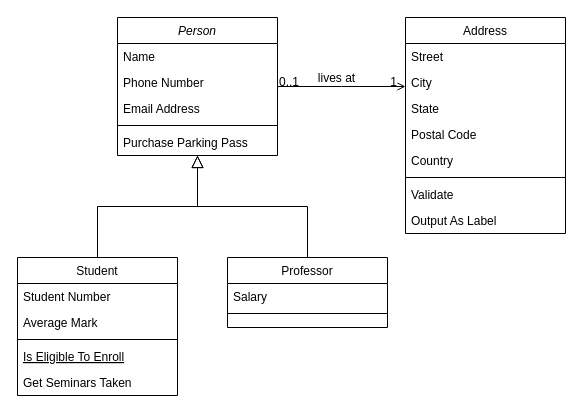
Above: Diagrama sem nome.drawio in Mathewwsouz/dev (draw.io), before the change. Source tidied: cells renumbered, new cells numbered last; positions are measured from the earlier drawing's top-left corner, leaving out a move shared by most shapes. Both pictures are drawn from the tidied source at 100%, with x=0, y=0 at pixel (17, 17).
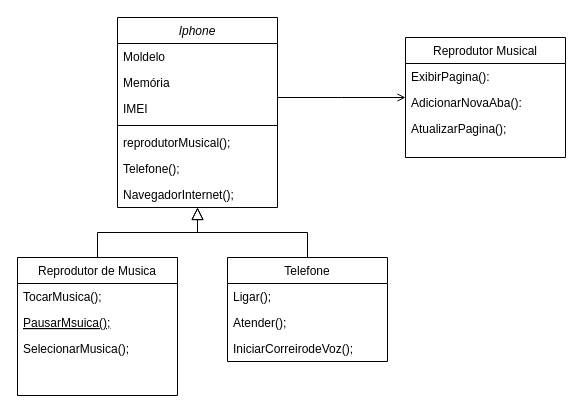
The same page after the edit.

Unchanged cells that the change refers to:
```xml
<mxCell id="28" style="endArrow=open;shadow=0;strokeWidth=1;rounded=0;endFill=1;edgeStyle=elbowEdgeStyle;elbow=vertical;" parent="1" edge="1" source="2" target="19">
  <mxGeometry x="0.5" y="41" relative="1" as="geometry">
    <mxPoint x="-40" y="32" as="offset" />
  </mxGeometry>
</mxCell>
```

The edit, as a diff of the source:
```diff
@@
-    <mxCell id="2" value="Person" style="swimlane;fontStyle=2;align=center;verticalAlign=top;horizontal=1;startSize=26;rounded=0;shadow=0;strokeWidth=1;" parent="1" vertex="1">
-      <mxGeometry x="100" width="160" height="138" as="geometry" />
+    <mxCell id="2" value="Iphone" style="swimlane;fontStyle=2;align=center;verticalAlign=top;horizontal=1;startSize=26;rounded=0;shadow=0;strokeWidth=1;" parent="1" vertex="1">
+      <mxGeometry x="100" width="160" height="190" as="geometry" />
     </mxCell>
-    <mxCell id="3" value="Name" style="text;align=left;verticalAlign=top;spacingLeft=4;spacingRight=4;overflow=hidden;" parent="2" vertex="1">
+    <mxCell id="3" value="Moldelo" style="text;align=left;verticalAlign=top;spacingLeft=4;spacingRight=4;overflow=hidden;" parent="2" vertex="1">
       <mxGeometry y="26" width="160" height="26" as="geometry" />
     </mxCell>
-    <mxCell id="4" value="Phone Number" style="text;align=left;verticalAlign=top;spacingLeft=4;spacingRight=4;overflow=hidden;rounded=0;shadow=0;html=0;" parent="2" vertex="1">
+    <mxCell id="4" value="Memória" style="text;align=left;verticalAlign=top;spacingLeft=4;spacingRight=4;overflow=hidden;rounded=0;shadow=0;html=0;" parent="2" vertex="1">
       <mxGeometry y="52" width="160" height="26" as="geometry" />
     </mxCell>
-    <mxCell id="5" value="Email Address" style="text;align=left;verticalAlign=top;spacingLeft=4;spacingRight=4;overflow=hidden;rounded=0;shadow=0;html=0;" parent="2" vertex="1">
+    <mxCell id="5" value="IMEI" style="text;align=left;verticalAlign=top;spacingLeft=4;spacingRight=4;overflow=hidden;rounded=0;shadow=0;html=0;" parent="2" vertex="1">
       <mxGeometry y="78" width="160" height="26" as="geometry" />
     </mxCell>
@@
-    <mxCell id="7" value="Purchase Parking Pass" style="text;align=left;verticalAlign=top;spacingLeft=4;spacingRight=4;overflow=hidden;" parent="2" vertex="1">
+    <mxCell id="7" value="reprodutorMusical();&#10;" style="text;align=left;verticalAlign=top;spacingLeft=4;spacingRight=4;overflow=hidden;" parent="2" vertex="1">
       <mxGeometry y="112" width="160" height="26" as="geometry" />
     </mxCell>
+    <mxCell id="32" value="Telefone();&#10;" style="text;align=left;verticalAlign=top;spacingLeft=4;spacingRight=4;overflow=hidden;" parent="2" vertex="1">
+      <mxGeometry y="138" width="160" height="26" as="geometry" />
+    </mxCell>
+    <mxCell id="33" value="NavegadorInternet();&#10;" style="text;align=left;verticalAlign=top;spacingLeft=4;spacingRight=4;overflow=hidden;" parent="2" vertex="1">
+      <mxGeometry y="164" width="160" height="26" as="geometry" />
+    </mxCell>
-    <mxCell id="8" value="Student" style="swimlane;fontStyle=0;align=center;verticalAlign=top;horizontal=1;startSize=26;rounded=0;shadow=0;strokeWidth=1;" parent="1" vertex="1">
+    <mxCell id="8" value="Reprodutor de Musica" style="swimlane;fontStyle=0;align=center;verticalAlign=top;horizontal=1;startSize=26;rounded=0;shadow=0;strokeWidth=1;" parent="1" vertex="1">
       <mxGeometry y="240" width="160" height="138" as="geometry" />
     </mxCell>
-    <mxCell id="9" value="Student Number" style="text;align=left;verticalAlign=top;spacingLeft=4;spacingRight=4;overflow=hidden;" parent="8" vertex="1">
+    <mxCell id="9" value="TocarMusica();" style="text;align=left;verticalAlign=top;spacingLeft=4;spacingRight=4;overflow=hidden;" parent="8" vertex="1">
       <mxGeometry y="26" width="160" height="26" as="geometry" />
     </mxCell>
-    <mxCell id="10" value="Average Mark" style="text;align=left;verticalAlign=top;spacingLeft=4;spacingRight=4;overflow=hidden;rounded=0;shadow=0;html=0;" parent="8" vertex="1">
-      <mxGeometry y="52" width="160" height="26" as="geometry" />
-    </mxCell>
-    <mxCell id="11" style="line;html=1;strokeWidth=1;align=left;verticalAlign=middle;spacingTop=-1;spacingLeft=3;spacingRight=3;labelPosition=right;" parent="8" vertex="1">
-      <mxGeometry y="78" width="160" height="8" as="geometry" />
-    </mxCell>
-    <mxCell id="12" value="Is Eligible To Enroll" style="text;align=left;verticalAlign=top;spacingLeft=4;spacingRight=4;overflow=hidden;fontStyle=4;" parent="8" vertex="1">
-      <mxGeometry y="86" width="160" height="26" as="geometry" />
+    <mxCell id="12" value="PausarMsuica();" style="text;align=left;verticalAlign=top;spacingLeft=4;spacingRight=4;overflow=hidden;fontStyle=4;" parent="8" vertex="1">
+      <mxGeometry y="52" width="160" height="26" as="geometry" />
     </mxCell>
-    <mxCell id="13" value="Get Seminars Taken" style="text;align=left;verticalAlign=top;spacingLeft=4;spacingRight=4;overflow=hidden;" parent="8" vertex="1">
-      <mxGeometry y="112" width="160" height="26" as="geometry" />
+    <mxCell id="13" value="SelecionarMusica();" style="text;align=left;verticalAlign=top;spacingLeft=4;spacingRight=4;overflow=hidden;" parent="8" vertex="1">
+      <mxGeometry y="78" width="160" height="26" as="geometry" />
     </mxCell>
@@
-    <mxCell id="15" value="Professor" style="swimlane;fontStyle=0;align=center;verticalAlign=top;horizontal=1;startSize=26;rounded=0;shadow=0;strokeWidth=1;" parent="1" vertex="1">
-      <mxGeometry x="210" y="240" width="160" height="70" as="geometry" />
+    <mxCell id="15" value="Telefone" style="swimlane;fontStyle=0;align=center;verticalAlign=top;horizontal=1;startSize=26;rounded=0;shadow=0;strokeWidth=1;" parent="1" vertex="1">
+      <mxGeometry x="210" y="240" width="160" height="104" as="geometry" />
     </mxCell>
-    <mxCell id="16" value="Salary" style="text;align=left;verticalAlign=top;spacingLeft=4;spacingRight=4;overflow=hidden;" parent="15" vertex="1">
+    <mxCell id="16" value="Ligar();&#10;" style="text;align=left;verticalAlign=top;spacingLeft=4;spacingRight=4;overflow=hidden;" parent="15" vertex="1">
       <mxGeometry y="26" width="160" height="26" as="geometry" />
     </mxCell>
-    <mxCell id="17" style="line;html=1;strokeWidth=1;align=left;verticalAlign=middle;spacingTop=-1;spacingLeft=3;spacingRight=3;labelPosition=right;" parent="15" vertex="1">
-      <mxGeometry y="52" width="160" height="8" as="geometry" />
-    </mxCell>
+    <mxCell id="34" value="Atender();&#10;" style="text;align=left;verticalAlign=top;spacingLeft=4;spacingRight=4;overflow=hidden;" parent="15" vertex="1">
+      <mxGeometry y="52" width="160" height="26" as="geometry" />
+    </mxCell>
+    <mxCell id="35" value="IniciarCorreirodeVoz();&#10;" style="text;align=left;verticalAlign=top;spacingLeft=4;spacingRight=4;overflow=hidden;" parent="15" vertex="1">
+      <mxGeometry y="78" width="160" height="26" as="geometry" />
+    </mxCell>
@@
-    <mxCell id="19" value="Address" style="swimlane;fontStyle=0;align=center;verticalAlign=top;horizontal=1;startSize=26;rounded=0;shadow=0;strokeWidth=1;" parent="1" vertex="1">
-      <mxGeometry x="388" width="160" height="216" as="geometry" />
+    <mxCell id="19" value="Reprodutor Musical&#10;" style="swimlane;fontStyle=0;align=center;verticalAlign=top;horizontal=1;startSize=26;rounded=0;shadow=0;strokeWidth=1;" parent="1" vertex="1">
+      <mxGeometry x="388" y="20" width="160" height="120" as="geometry" />
     </mxCell>
-    <mxCell id="20" value="Street" style="text;align=left;verticalAlign=top;spacingLeft=4;spacingRight=4;overflow=hidden;" parent="19" vertex="1">
-      <mxGeometry y="26" width="160" height="26" as="geometry" />
-    </mxCell>
-    <mxCell id="21" value="City" style="text;align=left;verticalAlign=top;spacingLeft=4;spacingRight=4;overflow=hidden;rounded=0;shadow=0;html=0;" parent="19" vertex="1">
-      <mxGeometry y="52" width="160" height="26" as="geometry" />
+    <mxCell id="21" value="ExibirPagina():" style="text;align=left;verticalAlign=top;spacingLeft=4;spacingRight=4;overflow=hidden;rounded=0;shadow=0;html=0;" parent="19" vertex="1">
+      <mxGeometry y="26" width="160" height="26" as="geometry" />
     </mxCell>
-    <mxCell id="22" value="State" style="text;align=left;verticalAlign=top;spacingLeft=4;spacingRight=4;overflow=hidden;rounded=0;shadow=0;html=0;" parent="19" vertex="1">
-      <mxGeometry y="78" width="160" height="26" as="geometry" />
-    </mxCell>
-    <mxCell id="23" value="Postal Code" style="text;align=left;verticalAlign=top;spacingLeft=4;spacingRight=4;overflow=hidden;rounded=0;shadow=0;html=0;" parent="19" vertex="1">
-      <mxGeometry y="104" width="160" height="26" as="geometry" />
-    </mxCell>
-    <mxCell id="24" value="Country" style="text;align=left;verticalAlign=top;spacingLeft=4;spacingRight=4;overflow=hidden;rounded=0;shadow=0;html=0;" parent="19" vertex="1">
-      <mxGeometry y="130" width="160" height="26" as="geometry" />
-    </mxCell>
-    <mxCell id="25" style="line;html=1;strokeWidth=1;align=left;verticalAlign=middle;spacingTop=-1;spacingLeft=3;spacingRight=3;labelPosition=right;" parent="19" vertex="1">
-      <mxGeometry y="156" width="160" height="8" as="geometry" />
-    </mxCell>
-    <mxCell id="26" value="Validate" style="text;align=left;verticalAlign=top;spacingLeft=4;spacingRight=4;overflow=hidden;" parent="19" vertex="1">
-      <mxGeometry y="164" width="160" height="26" as="geometry" />
+    <mxCell id="26" value="AdicionarNovaAba():" style="text;align=left;verticalAlign=top;spacingLeft=4;spacingRight=4;overflow=hidden;" parent="19" vertex="1">
+      <mxGeometry y="52" width="160" height="26" as="geometry" />
     </mxCell>
-    <mxCell id="27" value="Output As Label" style="text;align=left;verticalAlign=top;spacingLeft=4;spacingRight=4;overflow=hidden;" parent="19" vertex="1">
-      <mxGeometry y="190" width="160" height="26" as="geometry" />
+    <mxCell id="27" value="AtualizarPagina();" style="text;align=left;verticalAlign=top;spacingLeft=4;spacingRight=4;overflow=hidden;" parent="19" vertex="1">
+      <mxGeometry y="78" width="160" height="26" as="geometry" />
     </mxCell>
@@
-    <mxCell id="29" value="0..1" style="align=left;verticalAlign=bottom;labelBackgroundColor=none;fontSize=12;" parent="28" vertex="1">
-      <mxGeometry x="-1" relative="1" as="geometry">
-        <mxPoint y="4" as="offset" />
-      </mxGeometry>
-    </mxCell>
-    <mxCell id="30" value="1" style="align=right;verticalAlign=bottom;labelBackgroundColor=none;fontSize=12;" parent="28" vertex="1">
-      <mxGeometry x="1" relative="1" as="geometry">
-        <mxPoint x="-7" y="4" as="offset" />
-      </mxGeometry>
-    </mxCell>
-    <mxCell id="31" value="lives at" style="text;html=1;align=center;verticalAlign=middle;labelBackgroundColor=none;rounded=0;shadow=0;strokeWidth=1;fontSize=12;" parent="28" vertex="1">
-      <mxGeometry x="0.5" y="49" relative="1" as="geometry">
-        <mxPoint x="-38" y="40" as="offset" />
-      </mxGeometry>
-    </mxCell>
```
